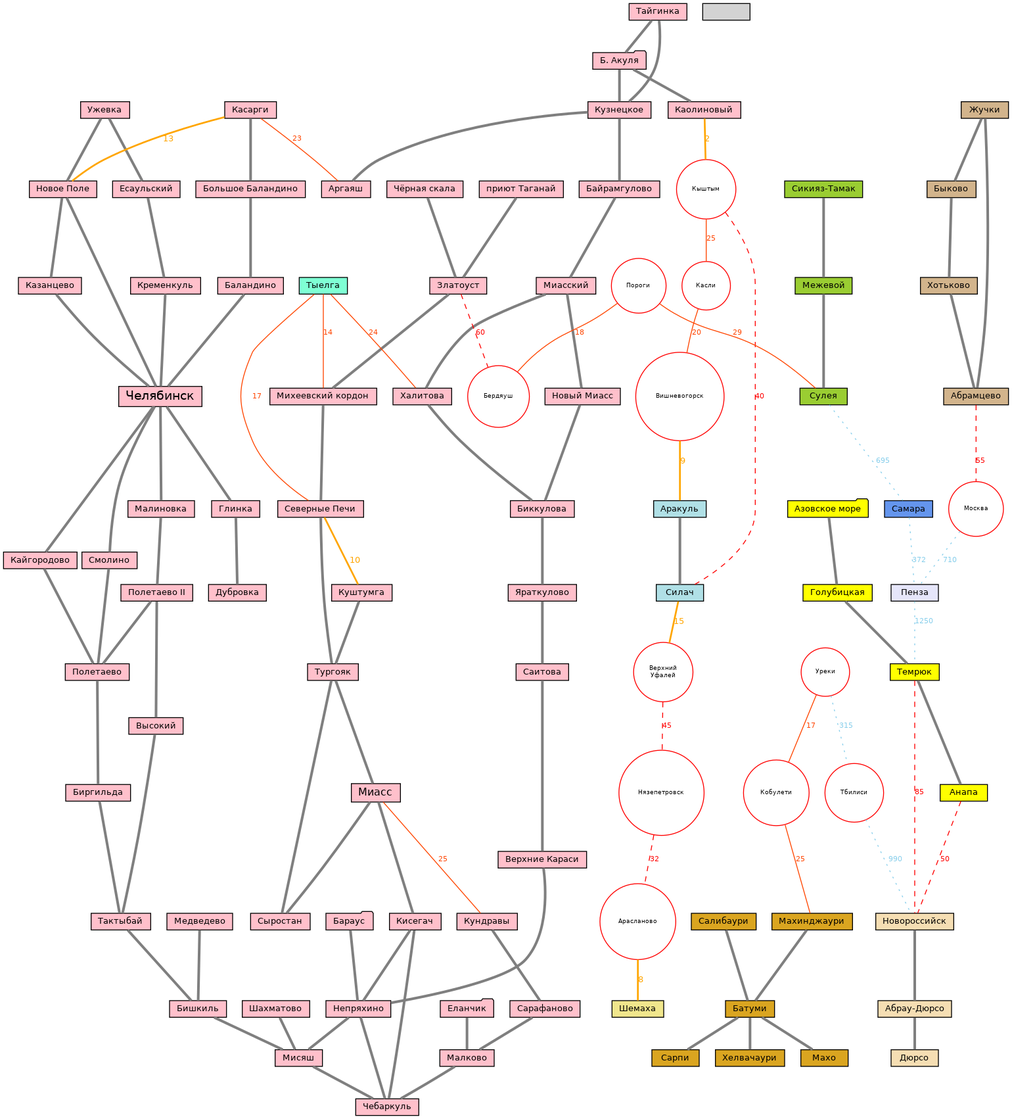
shoorick/bike-area keeps this Graphviz diagram as bike-area.dot.png. Above is the earlier version. Its source is kept beside it as bike-area.dot.
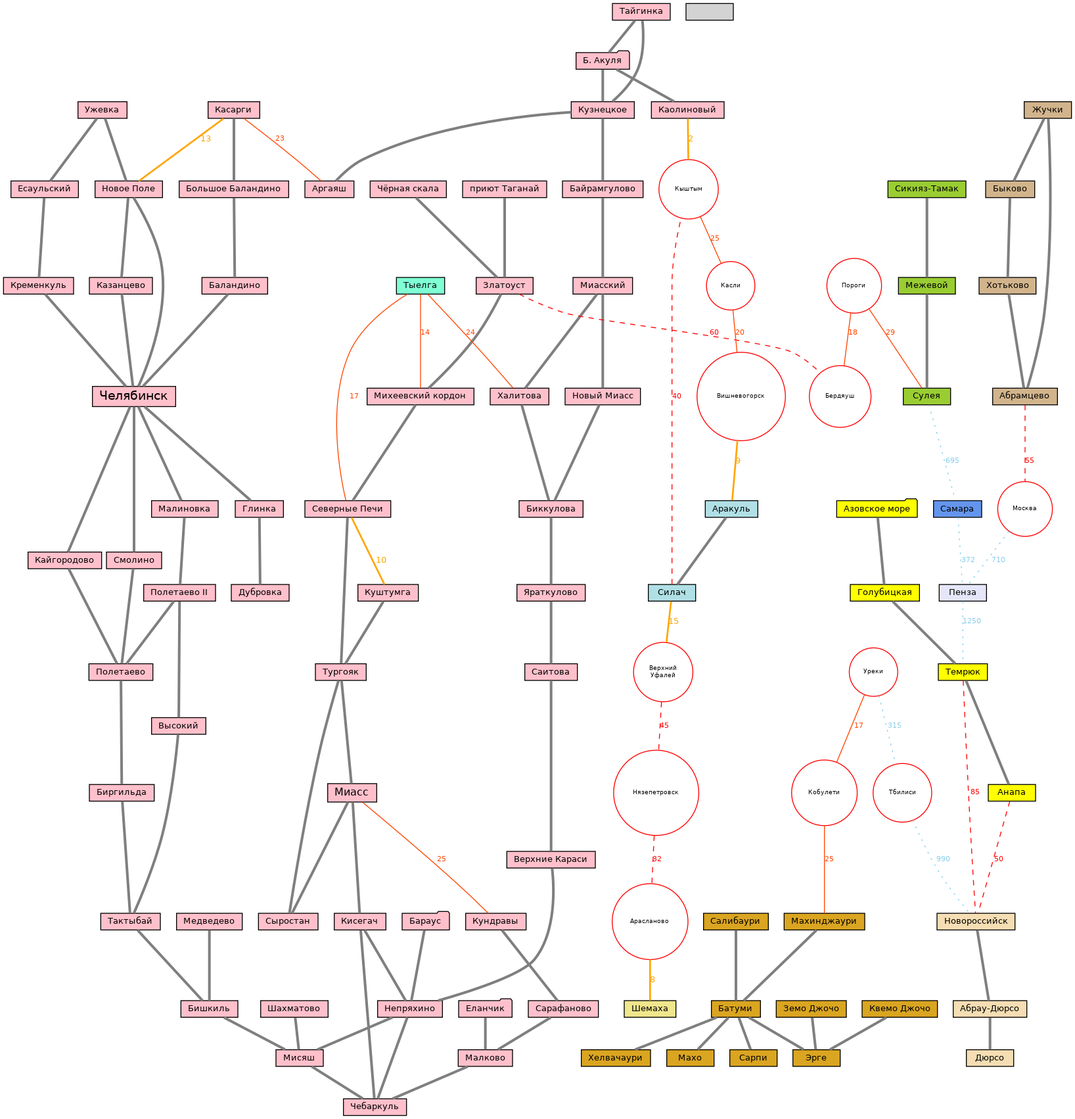
The same file after the commit.

Commit message:
Добавлены поездки из Батуми через Эрге в Квемо Джочо и Земо Джочо

Change to the diagram source:
```diff
@@ -86,6 +86,8 @@
         Махинджаури -- Батуми -- Сарпи
         Салибаури -- Батуми -- Хелвачаури
         Батуми -- Махо
+        Батуми -- Эрге
+        { "Квемо Джочо" "Земо Джочо" } -- Эрге
     }
 
     subgraph tyelga {
```
